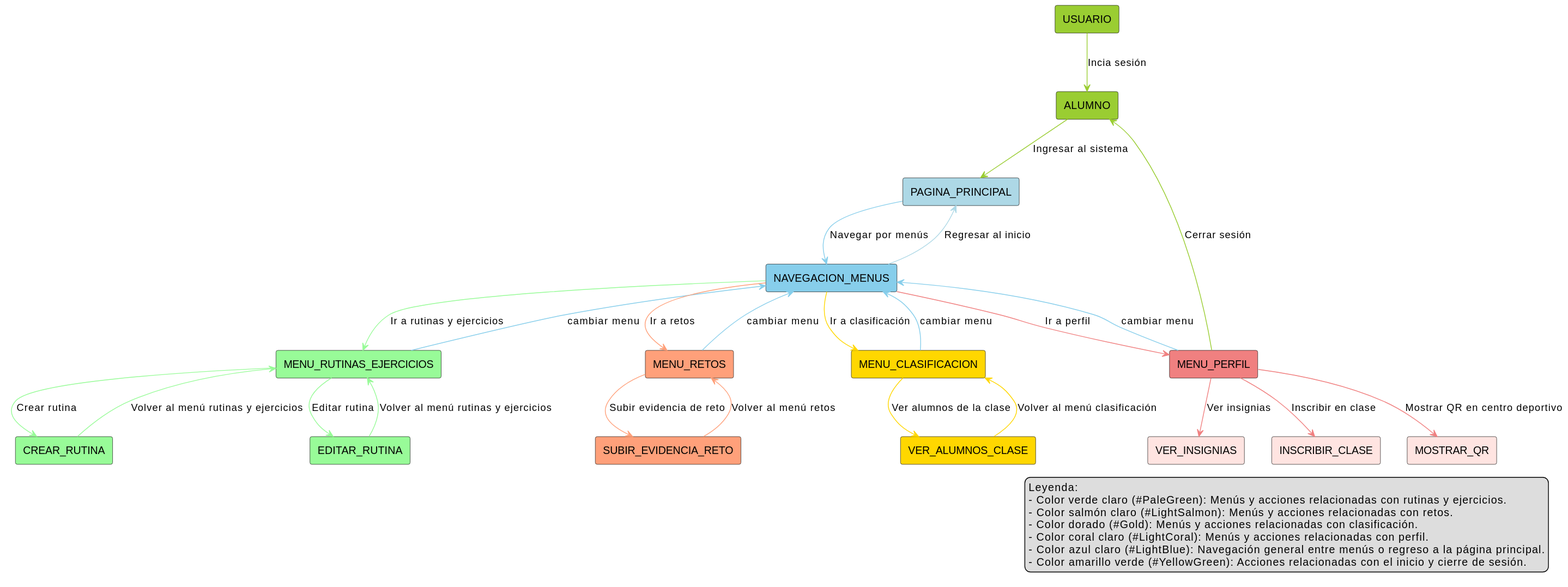
mmasias/24-25-IdSw1-SDR keeps this PlantUML diagram as Documentos/Imagenes/DiagramasContexto/AlumnoContexto.svg. Above is the earlier version.
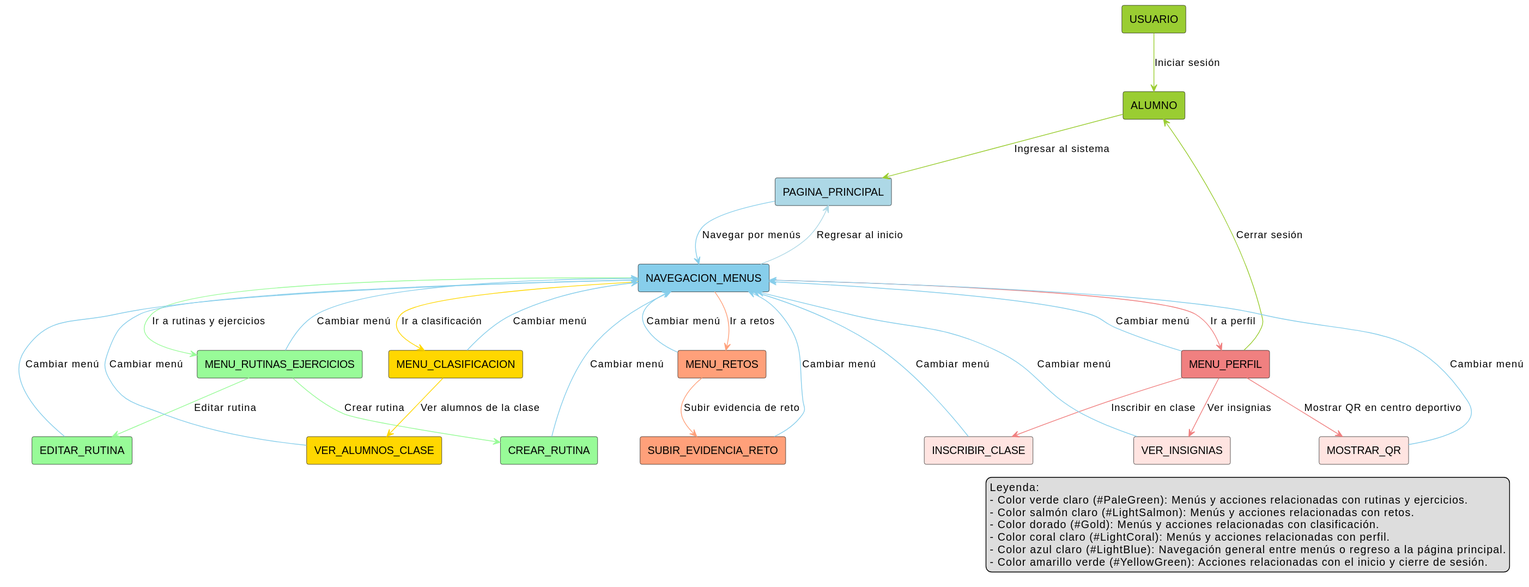
Above is the later version.

Commit message:
Correccion de diagramas

Change to the diagram source:
```diff
@@ -1,5 +1,6 @@
 @startuml
 !define RECTANGLE(x, color) rectangle x #color
+
 RECTANGLE(USUARIO, YellowGreen)
 RECTANGLE(ALUMNO, YellowGreen)
 RECTANGLE(PAGINA_PRINCIPAL, LightBlue)
@@ -18,7 +19,7 @@
 RECTANGLE(SUBIR_EVIDENCIA_RETO, LightSalmon)
 RECTANGLE(VER_ALUMNOS_CLASE, Gold)
 
-USUARIO -[#YellowGreen]-> ALUMNO: Incia sesión
+USUARIO -[#YellowGreen]-> ALUMNO: Iniciar sesión
 ALUMNO -[#YellowGreen]-> PAGINA_PRINCIPAL : Ingresar al sistema
 PAGINA_PRINCIPAL -[#SkyBlue]-> NAVEGACION_MENUS : Navegar por menús
 
@@ -30,32 +31,35 @@
 
 MENU_RUTINAS_EJERCICIOS -[#PaleGreen]-> CREAR_RUTINA : Crear rutina
 MENU_RUTINAS_EJERCICIOS -[#PaleGreen]-> EDITAR_RUTINA : Editar rutina
-CREAR_RUTINA -[#PaleGreen]-> MENU_RUTINAS_EJERCICIOS : Volver al menú rutinas y ejercicios
-EDITAR_RUTINA -[#PaleGreen]-> MENU_RUTINAS_EJERCICIOS : Volver al menú rutinas y ejercicios
+CREAR_RUTINA -[#SkyBlue]-> NAVEGACION_MENUS : Cambiar menú
+EDITAR_RUTINA -[#SkyBlue]-> NAVEGACION_MENUS : Cambiar menú
 
 MENU_RETOS -[#LightSalmon]-> SUBIR_EVIDENCIA_RETO : Subir evidencia de reto
-SUBIR_EVIDENCIA_RETO -[#LightSalmon]-> MENU_RETOS : Volver al menú retos
+SUBIR_EVIDENCIA_RETO -[#SkyBlue]-> NAVEGACION_MENUS : Cambiar menú
 
 MENU_CLASIFICACION -[#Gold]-> VER_ALUMNOS_CLASE : Ver alumnos de la clase
-VER_ALUMNOS_CLASE -[#Gold]-> MENU_CLASIFICACION : Volver al menú clasificación
+VER_ALUMNOS_CLASE -[#SkyBlue]-> NAVEGACION_MENUS : Cambiar menú
 
 MENU_PERFIL -[#LightCoral]-> VER_INSIGNIAS : Ver insignias
 MENU_PERFIL -[#LightCoral]-> INSCRIBIR_CLASE : Inscribir en clase
 MENU_PERFIL -[#LightCoral]-> MOSTRAR_QR : Mostrar QR en centro deportivo
 MENU_PERFIL -[#YellowGreen]-> ALUMNO : Cerrar sesión
+VER_INSIGNIAS -[#SkyBlue]-> NAVEGACION_MENUS : Cambiar menú
+INSCRIBIR_CLASE -[#SkyBlue]-> NAVEGACION_MENUS : Cambiar menú
+MOSTRAR_QR -[#SkyBlue]-> NAVEGACION_MENUS : Cambiar menú
 
-MENU_PERFIL -[#SkyBlue]-> NAVEGACION_MENUS: cambiar menu
-MENU_CLASIFICACION -[#SkyBlue]-> NAVEGACION_MENUS: cambiar menu
-MENU_RETOS -[#SkyBlue]-> NAVEGACION_MENUS: cambiar menu
-MENU_RUTINAS_EJERCICIOS -[#SkyBlue]-> NAVEGACION_MENUS: cambiar menu
+MENU_PERFIL -[#SkyBlue]-> NAVEGACION_MENUS: Cambiar menú
+MENU_CLASIFICACION -[#SkyBlue]-> NAVEGACION_MENUS: Cambiar menú
+MENU_RETOS -[#SkyBlue]-> NAVEGACION_MENUS: Cambiar menú
+MENU_RUTINAS_EJERCICIOS -[#SkyBlue]-> NAVEGACION_MENUS: Cambiar menú
 
 legend right
-  Leyenda:
-  - Color verde claro (#PaleGreen): Menús y acciones relacionadas con rutinas y ejercicios.
-  - Color salmón claro (#LightSalmon): Menús y acciones relacionadas con retos.
-  - Color dorado (#Gold): Menús y acciones relacionadas con clasificación.
-  - Color coral claro (#LightCoral): Menús y acciones relacionadas con perfil.
-  - Color azul claro (#LightBlue): Navegación general entre menús o regreso a la página principal.
-  - Color amarillo verde (#YellowGreen): Acciones relacionadas con el inicio y cierre de sesión.
+Leyenda:
+- Color verde claro (#PaleGreen): Menús y acciones relacionadas con rutinas y ejercicios.
+- Color salmón claro (#LightSalmon): Menús y acciones relacionadas con retos.
+- Color dorado (#Gold): Menús y acciones relacionadas con clasificación.
+- Color coral claro (#LightCoral): Menús y acciones relacionadas con perfil.
+- Color azul claro (#LightBlue): Navegación general entre menús o regreso a la página principal.
+- Color amarillo verde (#YellowGreen): Acciones relacionadas con el inicio y cierre de sesión.
 end legend
 @enduml
```
